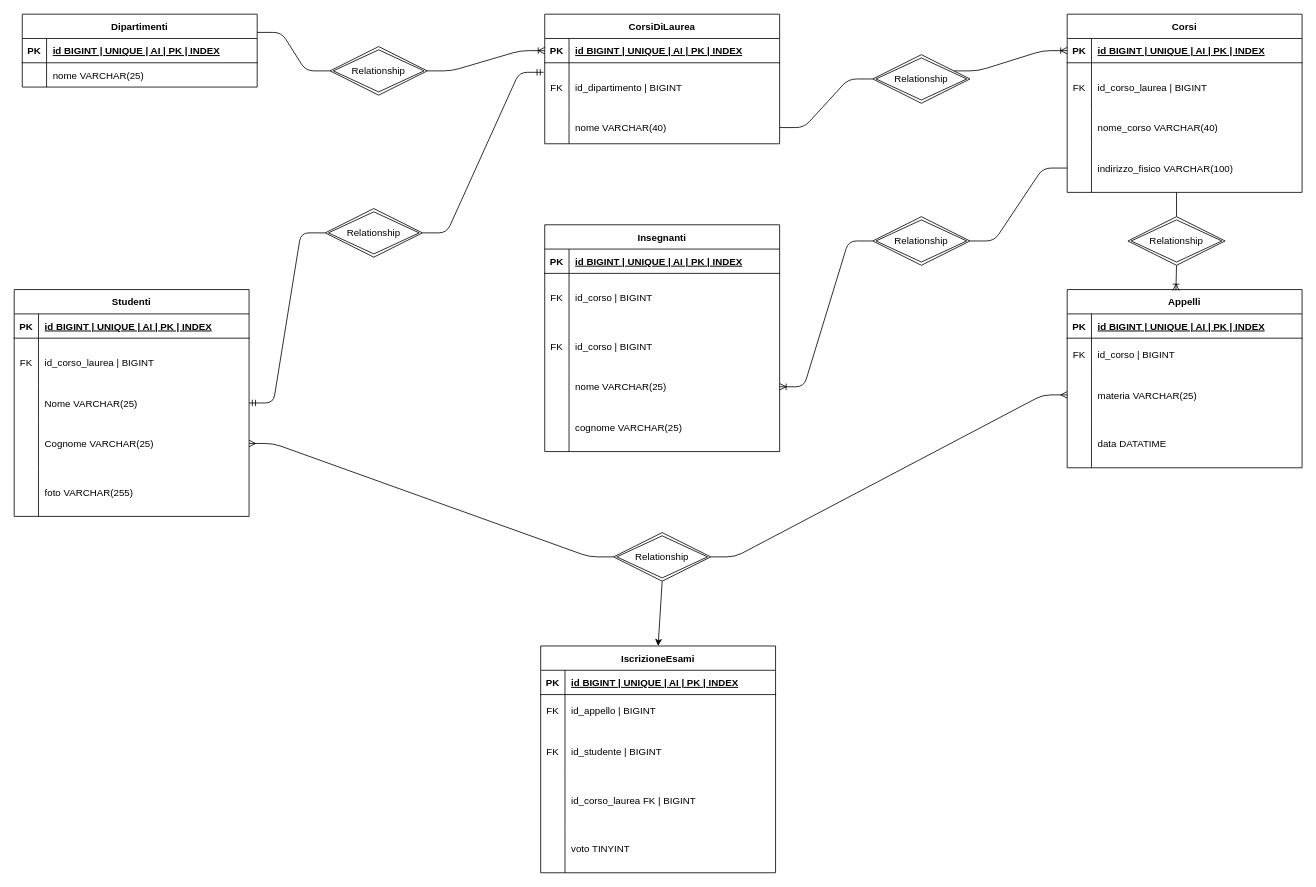
The draw.io diagram concept.drawio in chrialge/db-university, before the edit. Source tidied: cells renumbered, new cells numbered last; positions are measured from the earlier drawing's top-left corner, leaving out a move shared by most shapes. Both pictures are drawn from the tidied source at 81%, with x=0, y=0 at pixel (14, 14).
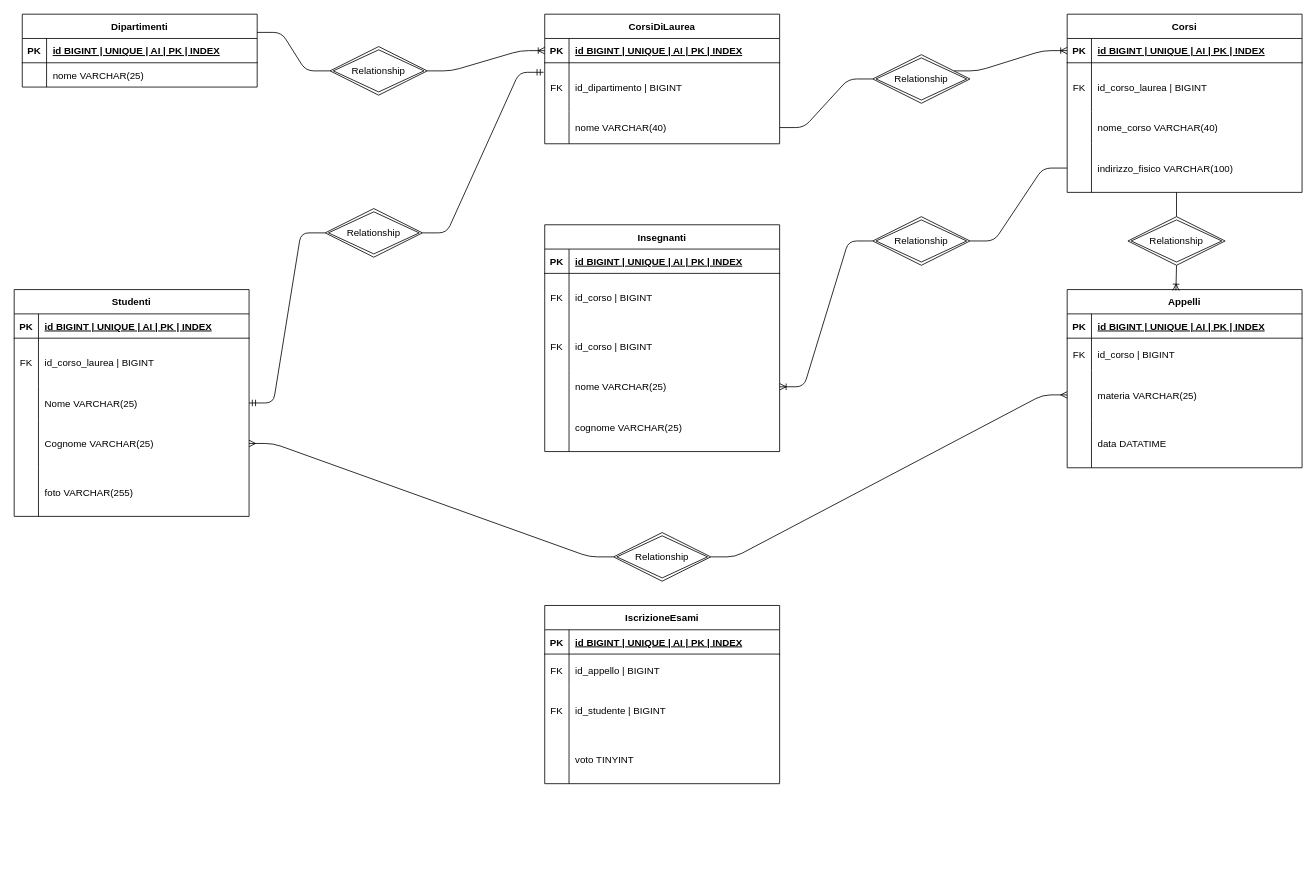
The same diagram, later.

Commit message (it also covers changes not shown here):
add instruction and task 1

Unchanged cells that the change refers to:
```xml
<mxCell id="109" value="Relationship" style="shape=rhombus;double=1;perimeter=rhombusPerimeter;whiteSpace=wrap;html=1;align=center;" parent="1" vertex="1">
  <mxGeometry x="740" y="640" width="120" height="60" as="geometry" />
</mxCell>
```

The edit, as a diff of the source:
```diff
@@
     <mxCell id="77" value="IscrizioneEsami" style="shape=table;startSize=30;childLayout=tableLayout;rowLines=0;fontStyle=1;align=center;" parent="1" vertex="1">
-      <mxGeometry x="650" y="780" width="290" height="280" as="geometry" />
+      <mxGeometry x="655" y="730" width="290" height="220" as="geometry" />
     </mxCell>
@@
-    <mxCell id="87" style="shape=tableRow;horizontal=0;startSize=0;swimlaneHead=0;swimlaneBody=0;fillColor=none;top=0;left=0;right=0;bottom=0;" parent="77" vertex="1">
-      <mxGeometry y="160" width="290" height="60" as="geometry" />
-    </mxCell>
-    <mxCell id="88" style="shape=partialRectangle;fillColor=none;top=0;left=0;bottom=0;right=0;overflow=hidden;" parent="87" vertex="1">
-      <mxGeometry width="30" height="60" as="geometry" />
-    </mxCell>
-    <mxCell id="89" value="id_corso_laurea FK | BIGINT " style="shape=partialRectangle;fillColor=none;top=0;left=0;bottom=0;right=0;align=left;spacingLeft=6;overflow=hidden;" parent="87" vertex="1">
-      <mxGeometry x="30" width="260" height="60" as="geometry" />
-    </mxCell>
     <mxCell id="90" style="shape=tableRow;horizontal=0;startSize=0;swimlaneHead=0;swimlaneBody=0;fillColor=none;top=0;left=0;right=0;bottom=0;" parent="77" vertex="1">
-      <mxGeometry y="220" width="290" height="60" as="geometry" />
+      <mxGeometry y="160" width="290" height="60" as="geometry" />
     </mxCell>
@@
-    <mxCell id="108" style="edgeStyle=none;html=1;exitX=0.5;exitY=1;exitDx=0;exitDy=0;entryX=0.5;entryY=0;entryDx=0;entryDy=0;" parent="1" edge="1" source="109" target="77">
-      <mxGeometry relative="1" as="geometry" />
-    </mxCell>
```
